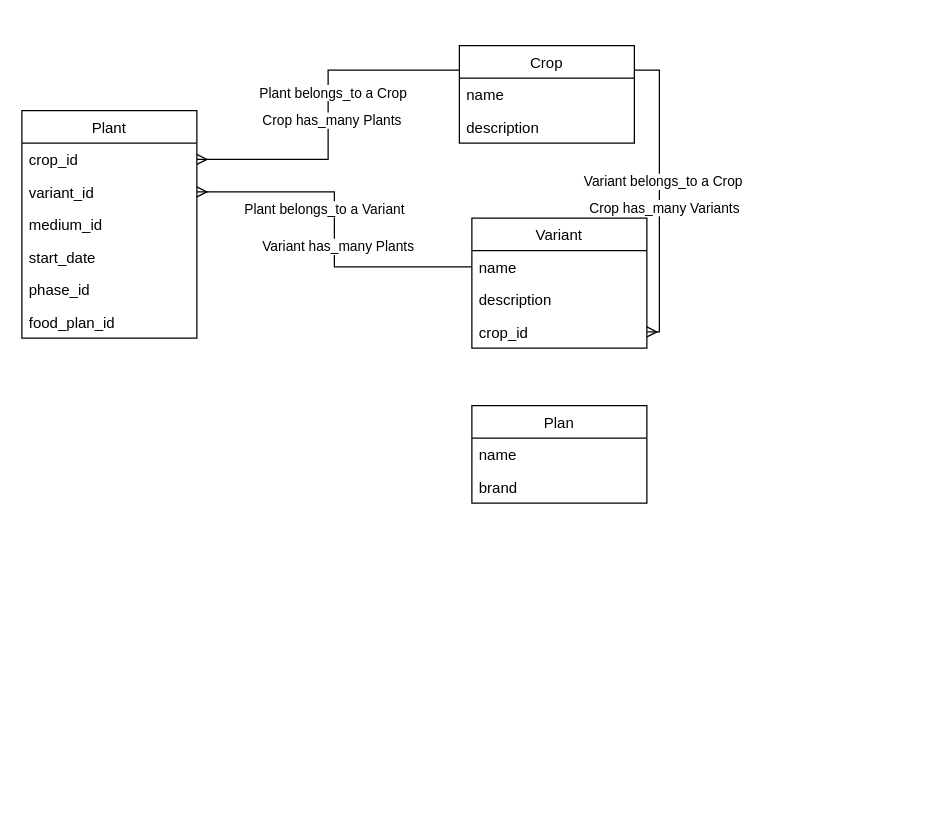
RogueStateTechnologies/hydro keeps this draw.io diagram as ERD.drawio. Above is the earlier version. Source tidied: cells renumbered, new cells numbered last; positions are measured from the earlier drawing's top-left corner, leaving out a move shared by most shapes. Both pictures are drawn from the tidied source at 125%, with x=0, y=0 at pixel (21, 45).
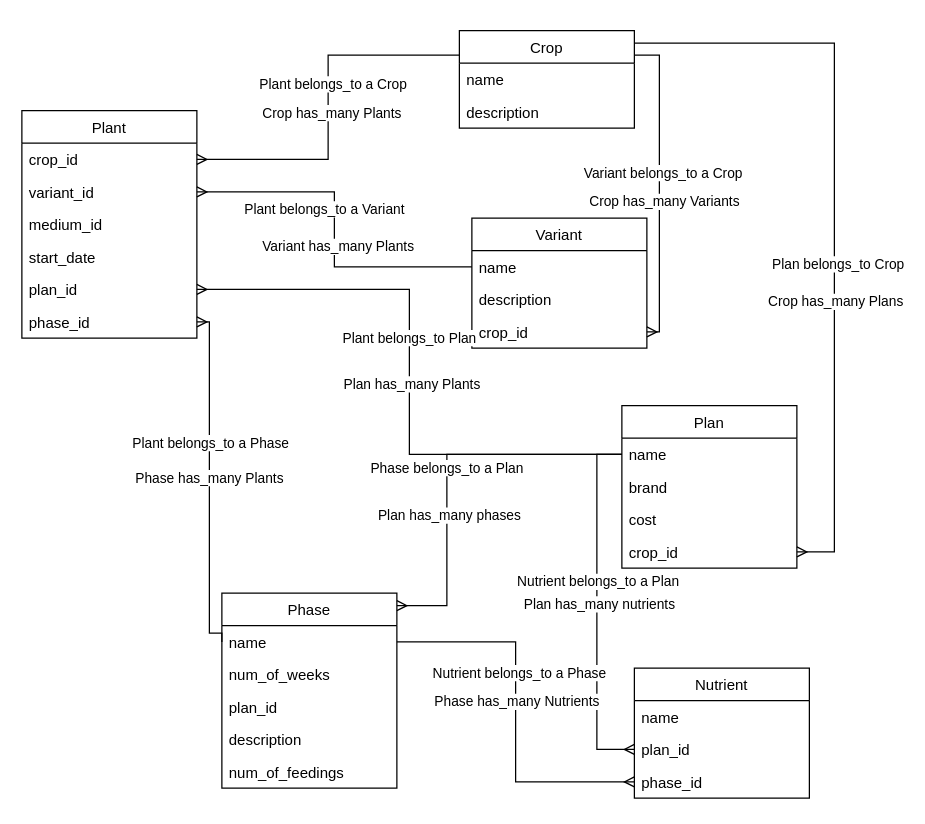
After the change.

Unchanged cells that the change refers to:
```xml
<mxCell id="2" value="Plant" style="swimlane;fontStyle=0;horizontal=1;startSize=26;" parent="1" vertex="1">
  <mxGeometry y="52" width="140" height="182" as="geometry" />
</mxCell>
<mxCell id="26" value="name" style="text;strokeColor=none;fillColor=none;align=left;verticalAlign=top;spacingLeft=4;spacingRight=4;overflow=hidden;points=[[0,0.5],[1,0.5]];portConstraint=eastwest;" parent="25" vertex="1">
  <mxGeometry y="26" width="140" height="26" as="geometry" />
</mxCell>
```

Change to the diagram source:
```diff
@@
+    <mxCell id="8" value="plan_id" style="text;strokeColor=none;fillColor=none;align=left;verticalAlign=top;spacingLeft=4;spacingRight=4;overflow=hidden;points=[[0,0.5],[1,0.5]];portConstraint=eastwest;" parent="2" vertex="1">
+      <mxGeometry y="130" width="140" height="26" as="geometry" />
+    </mxCell>
     <mxCell id="7" value="phase_id" style="text;strokeColor=none;fillColor=none;align=left;verticalAlign=top;spacingLeft=4;spacingRight=4;overflow=hidden;points=[[0,0.5],[1,0.5]];portConstraint=eastwest;" parent="2" vertex="1">
-      <mxGeometry y="130" width="140" height="26" as="geometry" />
+      <mxGeometry y="156" width="140" height="26" as="geometry" />
     </mxCell>
-    <mxCell id="8" value="food_plan_id" style="text;strokeColor=none;fillColor=none;align=left;verticalAlign=top;spacingLeft=4;spacingRight=4;overflow=hidden;points=[[0,0.5],[1,0.5]];portConstraint=eastwest;" parent="2" vertex="1">
-      <mxGeometry y="156" width="140" height="26" as="geometry" />
-    </mxCell>
@@
+    <mxCell id="28" style="edgeStyle=orthogonalEdgeStyle;rounded=0;html=1;exitX=1;exitY=0;exitDx=0;exitDy=0;entryX=1;entryY=0.5;entryDx=0;entryDy=0;endArrow=ERmany;endFill=0;" parent="1" edge="1" source="15" target="32">
+      <mxGeometry relative="1" as="geometry">
+        <Array as="points">
+          <mxPoint x="490" y="-2" />
+          <mxPoint x="650" y="-2" />
+          <mxPoint x="650" y="405" />
+        </Array>
+      </mxGeometry>
+    </mxCell>
+    <mxCell id="29" value="Plan belongs_to Crop" style="edgeLabel;html=1;align=center;verticalAlign=middle;" parent="28" vertex="1">
+      <mxGeometry x="0.14" y="2" relative="1" as="geometry" />
+    </mxCell>
+    <mxCell id="30" value="Crop has_many Plans" style="edgeLabel;html=1;align=center;verticalAlign=middle;" parent="28" vertex="1">
+      <mxGeometry x="0.24" relative="1" as="geometry" />
+    </mxCell>
     <mxCell id="15" value="Crop" style="swimlane;fontStyle=0;horizontal=1;startSize=26;" parent="1" vertex="1">
-      <mxGeometry x="350" width="140" height="78" as="geometry" />
+      <mxGeometry x="350" y="-12" width="140" height="78" as="geometry" />
     </mxCell>
@@
     <mxCell id="25" value="Plan" style="swimlane;fontStyle=0;horizontal=1;startSize=26;" parent="1" vertex="1">
-      <mxGeometry x="360" y="288" width="140" height="78" as="geometry" />
+      <mxGeometry x="480" y="288" width="140" height="130" as="geometry" />
     </mxCell>
@@
+    <mxCell id="31" value="cost" style="text;strokeColor=none;fillColor=none;align=left;verticalAlign=top;spacingLeft=4;spacingRight=4;overflow=hidden;" parent="25" vertex="1">
+      <mxGeometry y="78" width="140" height="26" as="geometry" />
+    </mxCell>
+    <mxCell id="32" value="crop_id" style="text;strokeColor=none;fillColor=none;align=left;verticalAlign=top;spacingLeft=4;spacingRight=4;overflow=hidden;points=[[0,0.5],[1,0.5]];portConstraint=eastwest;" parent="25" vertex="1">
+      <mxGeometry y="104" width="140" height="26" as="geometry" />
+    </mxCell>
+    <mxCell id="33" style="edgeStyle=orthogonalEdgeStyle;rounded=0;html=1;exitX=0;exitY=0.5;exitDx=0;exitDy=0;endArrow=ERmany;endFill=0;entryX=1;entryY=0.5;entryDx=0;entryDy=0;" parent="1" edge="1" source="26" target="8">
+      <mxGeometry relative="1" as="geometry" />
+    </mxCell>
+    <mxCell id="34" value="Plant belongs_to Plan" style="edgeLabel;html=1;align=center;verticalAlign=middle;" parent="33" vertex="1">
+      <mxGeometry x="0.12" y="1" relative="1" as="geometry" />
+    </mxCell>
+    <mxCell id="35" value="Plan has_many Plants" style="edgeLabel;html=1;align=center;verticalAlign=middle;" parent="33" vertex="1">
+      <mxGeometry x="-0.04" y="-1" relative="1" as="geometry" />
+    </mxCell>
+    <mxCell id="36" style="edgeStyle=orthogonalEdgeStyle;rounded=0;html=1;exitX=0;exitY=0.25;exitDx=0;exitDy=0;entryX=1;entryY=0.5;entryDx=0;entryDy=0;endArrow=ERmany;endFill=0;" parent="1" edge="1" source="39" target="7">
+      <mxGeometry relative="1" as="geometry">
+        <Array as="points">
+          <mxPoint x="160" y="470" />
+          <mxPoint x="150" y="470" />
+          <mxPoint x="150" y="221" />
+        </Array>
+      </mxGeometry>
+    </mxCell>
+    <mxCell id="37" value="Plant belongs_to a Phase" style="edgeLabel;html=1;align=center;verticalAlign=middle;" parent="36" vertex="1">
+      <mxGeometry x="0.23" relative="1" as="geometry" />
+    </mxCell>
+    <mxCell id="38" value="Phase has_many Plants" style="edgeLabel;html=1;align=center;verticalAlign=middle;" parent="36" vertex="1">
+      <mxGeometry x="0.03" y="1" relative="1" as="geometry" />
+    </mxCell>
+    <mxCell id="39" value="Phase" style="swimlane;fontStyle=0;horizontal=1;startSize=26;" parent="1" vertex="1">
+      <mxGeometry x="160" y="438" width="140" height="156" as="geometry" />
+    </mxCell>
+    <mxCell id="40" value="name" style="text;strokeColor=none;fillColor=none;align=left;verticalAlign=top;spacingLeft=4;spacingRight=4;overflow=hidden;points=[[0,0.5],[1,0.5]];portConstraint=eastwest;" parent="39" vertex="1">
+      <mxGeometry y="26" width="140" height="26" as="geometry" />
+    </mxCell>
+    <mxCell id="41" value="num_of_weeks" style="text;strokeColor=none;fillColor=none;align=left;verticalAlign=top;spacingLeft=4;spacingRight=4;overflow=hidden;" parent="39" vertex="1">
+      <mxGeometry y="52" width="140" height="26" as="geometry" />
+    </mxCell>
+    <mxCell id="42" value="plan_id&#10;" style="text;strokeColor=none;fillColor=none;align=left;verticalAlign=top;spacingLeft=4;spacingRight=4;overflow=hidden;" parent="39" vertex="1">
+      <mxGeometry y="78" width="140" height="26" as="geometry" />
+    </mxCell>
+    <mxCell id="43" value="description" style="text;strokeColor=none;fillColor=none;align=left;verticalAlign=top;spacingLeft=4;spacingRight=4;overflow=hidden;" parent="39" vertex="1">
+      <mxGeometry y="104" width="140" height="26" as="geometry" />
+    </mxCell>
+    <mxCell id="44" value="num_of_feedings" style="text;strokeColor=none;fillColor=none;align=left;verticalAlign=top;spacingLeft=4;spacingRight=4;overflow=hidden;" parent="39" vertex="1">
+      <mxGeometry y="130" width="140" height="26" as="geometry" />
+    </mxCell>
+    <mxCell id="45" value="Phase belongs_to a Plan" style="edgeStyle=orthogonalEdgeStyle;rounded=0;html=1;exitX=0;exitY=0.5;exitDx=0;exitDy=0;endArrow=ERmany;endFill=0;" parent="1" edge="1" source="26">
+      <mxGeometry relative="1" as="geometry">
+        <mxPoint x="300" y="448" as="targetPoint" />
+        <Array as="points">
+          <mxPoint x="340" y="327" />
+          <mxPoint x="340" y="448" />
+        </Array>
+      </mxGeometry>
+    </mxCell>
+    <mxCell id="46" value="Plan has_many phases" style="edgeLabel;html=1;align=center;verticalAlign=middle;" parent="45" vertex="1">
+      <mxGeometry x="0.25" y="1" relative="1" as="geometry" />
+    </mxCell>
+    <mxCell id="47" value="Nutrient" style="swimlane;fontStyle=0;horizontal=1;startSize=26;" parent="1" vertex="1">
+      <mxGeometry x="490" y="498" width="140" height="104" as="geometry" />
+    </mxCell>
+    <mxCell id="48" value="name" style="text;strokeColor=none;fillColor=none;align=left;verticalAlign=top;spacingLeft=4;spacingRight=4;overflow=hidden;" parent="47" vertex="1">
+      <mxGeometry y="26" width="140" height="26" as="geometry" />
+    </mxCell>
+    <mxCell id="49" value="plan_id" style="text;strokeColor=none;fillColor=none;align=left;verticalAlign=top;spacingLeft=4;spacingRight=4;overflow=hidden;points=[[0,0.5],[1,0.5]];portConstraint=eastwest;" parent="47" vertex="1">
+      <mxGeometry y="52" width="140" height="26" as="geometry" />
+    </mxCell>
+    <mxCell id="50" value="phase_id" style="text;strokeColor=none;fillColor=none;align=left;verticalAlign=top;spacingLeft=4;spacingRight=4;overflow=hidden;points=[[0,0.5],[1,0.5]];portConstraint=eastwest;" parent="47" vertex="1">
+      <mxGeometry y="78" width="140" height="26" as="geometry" />
+    </mxCell>
+    <mxCell id="51" style="edgeStyle=orthogonalEdgeStyle;rounded=0;html=1;exitX=0;exitY=0.5;exitDx=0;exitDy=0;entryX=0;entryY=0.5;entryDx=0;entryDy=0;endArrow=ERmany;endFill=0;" parent="1" edge="1" source="26" target="49">
+      <mxGeometry relative="1" as="geometry">
+        <Array as="points">
+          <mxPoint x="460" y="327" />
+          <mxPoint x="460" y="563" />
+        </Array>
+      </mxGeometry>
+    </mxCell>
+    <mxCell id="52" value="Nutrient belongs_to a Plan" style="edgeLabel;html=1;align=center;verticalAlign=middle;" parent="51" vertex="1">
+      <mxGeometry x="0.04" relative="1" as="geometry">
+        <mxPoint y="-28" as="offset" />
+      </mxGeometry>
+    </mxCell>
+    <mxCell id="53" value="Plan has_many nutrients" style="edgeLabel;html=1;align=center;verticalAlign=middle;" parent="51" vertex="1">
+      <mxGeometry x="0.17" y="1" relative="1" as="geometry">
+        <mxPoint y="-28" as="offset" />
+      </mxGeometry>
+    </mxCell>
+    <mxCell id="54" style="edgeStyle=orthogonalEdgeStyle;rounded=0;html=1;exitX=1;exitY=0.5;exitDx=0;exitDy=0;entryX=0;entryY=0.5;entryDx=0;entryDy=0;endArrow=ERmany;endFill=0;" parent="1" edge="1" source="40" target="50">
+      <mxGeometry relative="1" as="geometry" />
+    </mxCell>
+    <mxCell id="55" value="Nutrient belongs_to a Phase" style="edgeLabel;html=1;align=center;verticalAlign=middle;" parent="54" vertex="1">
+      <mxGeometry x="-0.21" y="2" relative="1" as="geometry" />
+    </mxCell>
+    <mxCell id="56" value="Phase has_many Nutrients" style="edgeLabel;html=1;align=center;verticalAlign=middle;" parent="54" vertex="1">
+      <mxGeometry x="-0.06" relative="1" as="geometry" />
+    </mxCell>
```
